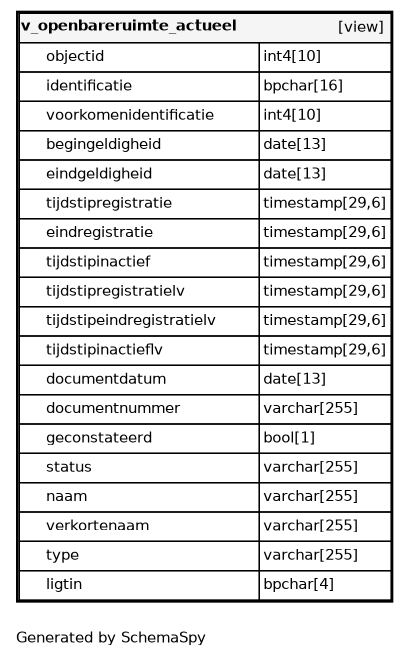
Above: datamodel/schemaspy/bag/diagrams/tables/v_openbareruimte_actueel.1degree.png in B3Partners/brmo (Graphviz), before the change. Its source is kept beside it as datamodel/schemaspy/bag/diagrams/tables/v_openbareruimte_actueel.1degree.dot.
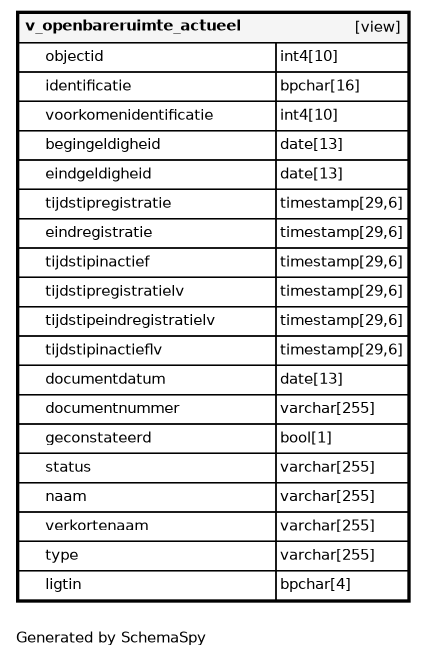
After the change.

Diff of the diagram source:
```diff
@@ -1,28 +1,28 @@
 digraph "oneDegreeRelationshipsDiagram" {
-  graph [    rankdir="RL"    bgcolor="#ffffff"    label="\nGenerated by SchemaSpy"    labeljust="l"    nodesep="0.18"    ranksep="0.46"    fontname="Helvetica"    fontsize="11"    ration="compress"  ];  node [    fontname="Helvetica"    fontsize="11"    shape="plaintext"  ];  edge [    arrowsize="0.8"  ];
+  graph [    rankdir="RL"    bgcolor="#ffffff"    label="\nGenerated by SchemaSpy"    labeljust="l"    nodesep="0.18"    ranksep="0.46"    fontname="Helvetica"    fontsize="11"    packmode="graph"  ];  node [    fontname="Helvetica"    fontsize="11"    shape="plaintext"  ];  edge [    arrowsize="0.8"  ];
   "v_openbareruimte_actueel" [
    label=<
     <TABLE BORDER="2" CELLBORDER="1" CELLSPACING="0" BGCOLOR="#ffffff">
-      <TR><TD COLSPAN="4"  BGCOLOR="#f5f5f5"><TABLE BORDER="0" CELLSPACING="0"><TR><TD ALIGN="LEFT" FIXEDSIZE="TRUE" WIDTH="159" HEIGHT="16"><B>v_openbareruimte_actueel</B></TD><TD ALIGN="RIGHT">[view]</TD></TR></TABLE></TD></TR>
-      <TR><TD PORT="objectid" COLSPAN="2" ALIGN="LEFT"><TABLE BORDER="0" CELLSPACING="0" ALIGN="LEFT"><TR ALIGN="LEFT"><TD ALIGN="LEFT" FIXEDSIZE="TRUE" WIDTH="15" HEIGHT="16"></TD><TD ALIGN="LEFT" FIXEDSIZE="TRUE" WIDTH="159" HEIGHT="16">objectid</TD></TR></TABLE></TD><TD PORT="objectid.type" ALIGN="LEFT">int4[10]</TD></TR>
-      <TR><TD PORT="identificatie" COLSPAN="2" ALIGN="LEFT"><TABLE BORDER="0" CELLSPACING="0" ALIGN="LEFT"><TR ALIGN="LEFT"><TD ALIGN="LEFT" FIXEDSIZE="TRUE" WIDTH="15" HEIGHT="16"></TD><TD ALIGN="LEFT" FIXEDSIZE="TRUE" WIDTH="159" HEIGHT="16">identificatie</TD></TR></TABLE></TD><TD PORT="identificatie.type" ALIGN="LEFT">bpchar[16]</TD></TR>
-      <TR><TD PORT="voorkomenidentificatie" COLSPAN="2" ALIGN="LEFT"><TABLE BORDER="0" CELLSPACING="0" ALIGN="LEFT"><TR ALIGN="LEFT"><TD ALIGN="LEFT" FIXEDSIZE="TRUE" WIDTH="15" HEIGHT="16"></TD><TD ALIGN="LEFT" FIXEDSIZE="TRUE" WIDTH="159" HEIGHT="16">voorkomenidentificatie</TD></TR></TABLE></TD><TD PORT="voorkomenidentificatie.type" ALIGN="LEFT">int4[10]</TD></TR>
-      <TR><TD PORT="begingeldigheid" COLSPAN="2" ALIGN="LEFT"><TABLE BORDER="0" CELLSPACING="0" ALIGN="LEFT"><TR ALIGN="LEFT"><TD ALIGN="LEFT" FIXEDSIZE="TRUE" WIDTH="15" HEIGHT="16"></TD><TD ALIGN="LEFT" FIXEDSIZE="TRUE" WIDTH="159" HEIGHT="16">begingeldigheid</TD></TR></TABLE></TD><TD PORT="begingeldigheid.type" ALIGN="LEFT">date[13]</TD></TR>
-      <TR><TD PORT="eindgeldigheid" COLSPAN="2" ALIGN="LEFT"><TABLE BORDER="0" CELLSPACING="0" ALIGN="LEFT"><TR ALIGN="LEFT"><TD ALIGN="LEFT" FIXEDSIZE="TRUE" WIDTH="15" HEIGHT="16"></TD><TD ALIGN="LEFT" FIXEDSIZE="TRUE" WIDTH="159" HEIGHT="16">eindgeldigheid</TD></TR></TABLE></TD><TD PORT="eindgeldigheid.type" ALIGN="LEFT">date[13]</TD></TR>
-      <TR><TD PORT="tijdstipregistratie" COLSPAN="2" ALIGN="LEFT"><TABLE BORDER="0" CELLSPACING="0" ALIGN="LEFT"><TR ALIGN="LEFT"><TD ALIGN="LEFT" FIXEDSIZE="TRUE" WIDTH="15" HEIGHT="16"></TD><TD ALIGN="LEFT" FIXEDSIZE="TRUE" WIDTH="159" HEIGHT="16">tijdstipregistratie</TD></TR></TABLE></TD><TD PORT="tijdstipregistratie.type" ALIGN="LEFT">timestamp[29,6]</TD></TR>
-      <TR><TD PORT="eindregistratie" COLSPAN="2" ALIGN="LEFT"><TABLE BORDER="0" CELLSPACING="0" ALIGN="LEFT"><TR ALIGN="LEFT"><TD ALIGN="LEFT" FIXEDSIZE="TRUE" WIDTH="15" HEIGHT="16"></TD><TD ALIGN="LEFT" FIXEDSIZE="TRUE" WIDTH="159" HEIGHT="16">eindregistratie</TD></TR></TABLE></TD><TD PORT="eindregistratie.type" ALIGN="LEFT">timestamp[29,6]</TD></TR>
-      <TR><TD PORT="tijdstipinactief" COLSPAN="2" ALIGN="LEFT"><TABLE BORDER="0" CELLSPACING="0" ALIGN="LEFT"><TR ALIGN="LEFT"><TD ALIGN="LEFT" FIXEDSIZE="TRUE" WIDTH="15" HEIGHT="16"></TD><TD ALIGN="LEFT" FIXEDSIZE="TRUE" WIDTH="159" HEIGHT="16">tijdstipinactief</TD></TR></TABLE></TD><TD PORT="tijdstipinactief.type" ALIGN="LEFT">timestamp[29,6]</TD></TR>
-      <TR><TD PORT="tijdstipregistratielv" COLSPAN="2" ALIGN="LEFT"><TABLE BORDER="0" CELLSPACING="0" ALIGN="LEFT"><TR ALIGN="LEFT"><TD ALIGN="LEFT" FIXEDSIZE="TRUE" WIDTH="15" HEIGHT="16"></TD><TD ALIGN="LEFT" FIXEDSIZE="TRUE" WIDTH="159" HEIGHT="16">tijdstipregistratielv</TD></TR></TABLE></TD><TD PORT="tijdstipregistratielv.type" ALIGN="LEFT">timestamp[29,6]</TD></TR>
-      <TR><TD PORT="tijdstipeindregistratielv" COLSPAN="2" ALIGN="LEFT"><TABLE BORDER="0" CELLSPACING="0" ALIGN="LEFT"><TR ALIGN="LEFT"><TD ALIGN="LEFT" FIXEDSIZE="TRUE" WIDTH="15" HEIGHT="16"></TD><TD ALIGN="LEFT" FIXEDSIZE="TRUE" WIDTH="159" HEIGHT="16">tijdstipeindregistratielv</TD></TR></TABLE></TD><TD PORT="tijdstipeindregistratielv.type" ALIGN="LEFT">timestamp[29,6]</TD></TR>
-      <TR><TD PORT="tijdstipinactieflv" COLSPAN="2" ALIGN="LEFT"><TABLE BORDER="0" CELLSPACING="0" ALIGN="LEFT"><TR ALIGN="LEFT"><TD ALIGN="LEFT" FIXEDSIZE="TRUE" WIDTH="15" HEIGHT="16"></TD><TD ALIGN="LEFT" FIXEDSIZE="TRUE" WIDTH="159" HEIGHT="16">tijdstipinactieflv</TD></TR></TABLE></TD><TD PORT="tijdstipinactieflv.type" ALIGN="LEFT">timestamp[29,6]</TD></TR>
-      <TR><TD PORT="documentdatum" COLSPAN="2" ALIGN="LEFT"><TABLE BORDER="0" CELLSPACING="0" ALIGN="LEFT"><TR ALIGN="LEFT"><TD ALIGN="LEFT" FIXEDSIZE="TRUE" WIDTH="15" HEIGHT="16"></TD><TD ALIGN="LEFT" FIXEDSIZE="TRUE" WIDTH="159" HEIGHT="16">documentdatum</TD></TR></TABLE></TD><TD PORT="documentdatum.type" ALIGN="LEFT">date[13]</TD></TR>
-      <TR><TD PORT="documentnummer" COLSPAN="2" ALIGN="LEFT"><TABLE BORDER="0" CELLSPACING="0" ALIGN="LEFT"><TR ALIGN="LEFT"><TD ALIGN="LEFT" FIXEDSIZE="TRUE" WIDTH="15" HEIGHT="16"></TD><TD ALIGN="LEFT" FIXEDSIZE="TRUE" WIDTH="159" HEIGHT="16">documentnummer</TD></TR></TABLE></TD><TD PORT="documentnummer.type" ALIGN="LEFT">varchar[255]</TD></TR>
-      <TR><TD PORT="geconstateerd" COLSPAN="2" ALIGN="LEFT"><TABLE BORDER="0" CELLSPACING="0" ALIGN="LEFT"><TR ALIGN="LEFT"><TD ALIGN="LEFT" FIXEDSIZE="TRUE" WIDTH="15" HEIGHT="16"></TD><TD ALIGN="LEFT" FIXEDSIZE="TRUE" WIDTH="159" HEIGHT="16">geconstateerd</TD></TR></TABLE></TD><TD PORT="geconstateerd.type" ALIGN="LEFT">bool[1]</TD></TR>
-      <TR><TD PORT="status" COLSPAN="2" ALIGN="LEFT"><TABLE BORDER="0" CELLSPACING="0" ALIGN="LEFT"><TR ALIGN="LEFT"><TD ALIGN="LEFT" FIXEDSIZE="TRUE" WIDTH="15" HEIGHT="16"></TD><TD ALIGN="LEFT" FIXEDSIZE="TRUE" WIDTH="159" HEIGHT="16">status</TD></TR></TABLE></TD><TD PORT="status.type" ALIGN="LEFT">varchar[255]</TD></TR>
-      <TR><TD PORT="naam" COLSPAN="2" ALIGN="LEFT"><TABLE BORDER="0" CELLSPACING="0" ALIGN="LEFT"><TR ALIGN="LEFT"><TD ALIGN="LEFT" FIXEDSIZE="TRUE" WIDTH="15" HEIGHT="16"></TD><TD ALIGN="LEFT" FIXEDSIZE="TRUE" WIDTH="159" HEIGHT="16">naam</TD></TR></TABLE></TD><TD PORT="naam.type" ALIGN="LEFT">varchar[255]</TD></TR>
-      <TR><TD PORT="verkortenaam" COLSPAN="2" ALIGN="LEFT"><TABLE BORDER="0" CELLSPACING="0" ALIGN="LEFT"><TR ALIGN="LEFT"><TD ALIGN="LEFT" FIXEDSIZE="TRUE" WIDTH="15" HEIGHT="16"></TD><TD ALIGN="LEFT" FIXEDSIZE="TRUE" WIDTH="159" HEIGHT="16">verkortenaam</TD></TR></TABLE></TD><TD PORT="verkortenaam.type" ALIGN="LEFT">varchar[255]</TD></TR>
-      <TR><TD PORT="type" COLSPAN="2" ALIGN="LEFT"><TABLE BORDER="0" CELLSPACING="0" ALIGN="LEFT"><TR ALIGN="LEFT"><TD ALIGN="LEFT" FIXEDSIZE="TRUE" WIDTH="15" HEIGHT="16"></TD><TD ALIGN="LEFT" FIXEDSIZE="TRUE" WIDTH="159" HEIGHT="16">type</TD></TR></TABLE></TD><TD PORT="type.type" ALIGN="LEFT">varchar[255]</TD></TR>
-      <TR><TD PORT="ligtin" COLSPAN="2" ALIGN="LEFT"><TABLE BORDER="0" CELLSPACING="0" ALIGN="LEFT"><TR ALIGN="LEFT"><TD ALIGN="LEFT" FIXEDSIZE="TRUE" WIDTH="15" HEIGHT="16"></TD><TD ALIGN="LEFT" FIXEDSIZE="TRUE" WIDTH="159" HEIGHT="16">ligtin</TD></TR></TABLE></TD><TD PORT="ligtin.type" ALIGN="LEFT">bpchar[4]</TD></TR>
+      <TR><TD COLSPAN="4"  BGCOLOR="#f5f5f5"><TABLE BORDER="0" CELLSPACING="0"><TR><TD ALIGN="LEFT" FIXEDSIZE="TRUE" WIDTH="172" HEIGHT="16"><B>v_openbareruimte_actueel</B></TD><TD ALIGN="RIGHT">[view]</TD></TR></TABLE></TD></TR>
+      <TR><TD PORT="objectid" COLSPAN="2" ALIGN="LEFT"><TABLE BORDER="0" CELLSPACING="0" ALIGN="LEFT"><TR ALIGN="LEFT"><TD ALIGN="LEFT" FIXEDSIZE="TRUE" WIDTH="15" HEIGHT="16"></TD><TD ALIGN="LEFT" FIXEDSIZE="TRUE" WIDTH="172" HEIGHT="16">objectid</TD></TR></TABLE></TD><TD PORT="objectid.type" ALIGN="LEFT">int4[10]</TD></TR>
+      <TR><TD PORT="identificatie" COLSPAN="2" ALIGN="LEFT"><TABLE BORDER="0" CELLSPACING="0" ALIGN="LEFT"><TR ALIGN="LEFT"><TD ALIGN="LEFT" FIXEDSIZE="TRUE" WIDTH="15" HEIGHT="16"></TD><TD ALIGN="LEFT" FIXEDSIZE="TRUE" WIDTH="172" HEIGHT="16">identificatie</TD></TR></TABLE></TD><TD PORT="identificatie.type" ALIGN="LEFT">bpchar[16]</TD></TR>
+      <TR><TD PORT="voorkomenidentificatie" COLSPAN="2" ALIGN="LEFT"><TABLE BORDER="0" CELLSPACING="0" ALIGN="LEFT"><TR ALIGN="LEFT"><TD ALIGN="LEFT" FIXEDSIZE="TRUE" WIDTH="15" HEIGHT="16"></TD><TD ALIGN="LEFT" FIXEDSIZE="TRUE" WIDTH="172" HEIGHT="16">voorkomenidentificatie</TD></TR></TABLE></TD><TD PORT="voorkomenidentificatie.type" ALIGN="LEFT">int4[10]</TD></TR>
+      <TR><TD PORT="begingeldigheid" COLSPAN="2" ALIGN="LEFT"><TABLE BORDER="0" CELLSPACING="0" ALIGN="LEFT"><TR ALIGN="LEFT"><TD ALIGN="LEFT" FIXEDSIZE="TRUE" WIDTH="15" HEIGHT="16"></TD><TD ALIGN="LEFT" FIXEDSIZE="TRUE" WIDTH="172" HEIGHT="16">begingeldigheid</TD></TR></TABLE></TD><TD PORT="begingeldigheid.type" ALIGN="LEFT">date[13]</TD></TR>
+      <TR><TD PORT="eindgeldigheid" COLSPAN="2" ALIGN="LEFT"><TABLE BORDER="0" CELLSPACING="0" ALIGN="LEFT"><TR ALIGN="LEFT"><TD ALIGN="LEFT" FIXEDSIZE="TRUE" WIDTH="15" HEIGHT="16"></TD><TD ALIGN="LEFT" FIXEDSIZE="TRUE" WIDTH="172" HEIGHT="16">eindgeldigheid</TD></TR></TABLE></TD><TD PORT="eindgeldigheid.type" ALIGN="LEFT">date[13]</TD></TR>
+      <TR><TD PORT="tijdstipregistratie" COLSPAN="2" ALIGN="LEFT"><TABLE BORDER="0" CELLSPACING="0" ALIGN="LEFT"><TR ALIGN="LEFT"><TD ALIGN="LEFT" FIXEDSIZE="TRUE" WIDTH="15" HEIGHT="16"></TD><TD ALIGN="LEFT" FIXEDSIZE="TRUE" WIDTH="172" HEIGHT="16">tijdstipregistratie</TD></TR></TABLE></TD><TD PORT="tijdstipregistratie.type" ALIGN="LEFT">timestamp[29,6]</TD></TR>
+      <TR><TD PORT="eindregistratie" COLSPAN="2" ALIGN="LEFT"><TABLE BORDER="0" CELLSPACING="0" ALIGN="LEFT"><TR ALIGN="LEFT"><TD ALIGN="LEFT" FIXEDSIZE="TRUE" WIDTH="15" HEIGHT="16"></TD><TD ALIGN="LEFT" FIXEDSIZE="TRUE" WIDTH="172" HEIGHT="16">eindregistratie</TD></TR></TABLE></TD><TD PORT="eindregistratie.type" ALIGN="LEFT">timestamp[29,6]</TD></TR>
+      <TR><TD PORT="tijdstipinactief" COLSPAN="2" ALIGN="LEFT"><TABLE BORDER="0" CELLSPACING="0" ALIGN="LEFT"><TR ALIGN="LEFT"><TD ALIGN="LEFT" FIXEDSIZE="TRUE" WIDTH="15" HEIGHT="16"></TD><TD ALIGN="LEFT" FIXEDSIZE="TRUE" WIDTH="172" HEIGHT="16">tijdstipinactief</TD></TR></TABLE></TD><TD PORT="tijdstipinactief.type" ALIGN="LEFT">timestamp[29,6]</TD></TR>
+      <TR><TD PORT="tijdstipregistratielv" COLSPAN="2" ALIGN="LEFT"><TABLE BORDER="0" CELLSPACING="0" ALIGN="LEFT"><TR ALIGN="LEFT"><TD ALIGN="LEFT" FIXEDSIZE="TRUE" WIDTH="15" HEIGHT="16"></TD><TD ALIGN="LEFT" FIXEDSIZE="TRUE" WIDTH="172" HEIGHT="16">tijdstipregistratielv</TD></TR></TABLE></TD><TD PORT="tijdstipregistratielv.type" ALIGN="LEFT">timestamp[29,6]</TD></TR>
+      <TR><TD PORT="tijdstipeindregistratielv" COLSPAN="2" ALIGN="LEFT"><TABLE BORDER="0" CELLSPACING="0" ALIGN="LEFT"><TR ALIGN="LEFT"><TD ALIGN="LEFT" FIXEDSIZE="TRUE" WIDTH="15" HEIGHT="16"></TD><TD ALIGN="LEFT" FIXEDSIZE="TRUE" WIDTH="172" HEIGHT="16">tijdstipeindregistratielv</TD></TR></TABLE></TD><TD PORT="tijdstipeindregistratielv.type" ALIGN="LEFT">timestamp[29,6]</TD></TR>
+      <TR><TD PORT="tijdstipinactieflv" COLSPAN="2" ALIGN="LEFT"><TABLE BORDER="0" CELLSPACING="0" ALIGN="LEFT"><TR ALIGN="LEFT"><TD ALIGN="LEFT" FIXEDSIZE="TRUE" WIDTH="15" HEIGHT="16"></TD><TD ALIGN="LEFT" FIXEDSIZE="TRUE" WIDTH="172" HEIGHT="16">tijdstipinactieflv</TD></TR></TABLE></TD><TD PORT="tijdstipinactieflv.type" ALIGN="LEFT">timestamp[29,6]</TD></TR>
+      <TR><TD PORT="documentdatum" COLSPAN="2" ALIGN="LEFT"><TABLE BORDER="0" CELLSPACING="0" ALIGN="LEFT"><TR ALIGN="LEFT"><TD ALIGN="LEFT" FIXEDSIZE="TRUE" WIDTH="15" HEIGHT="16"></TD><TD ALIGN="LEFT" FIXEDSIZE="TRUE" WIDTH="172" HEIGHT="16">documentdatum</TD></TR></TABLE></TD><TD PORT="documentdatum.type" ALIGN="LEFT">date[13]</TD></TR>
+      <TR><TD PORT="documentnummer" COLSPAN="2" ALIGN="LEFT"><TABLE BORDER="0" CELLSPACING="0" ALIGN="LEFT"><TR ALIGN="LEFT"><TD ALIGN="LEFT" FIXEDSIZE="TRUE" WIDTH="15" HEIGHT="16"></TD><TD ALIGN="LEFT" FIXEDSIZE="TRUE" WIDTH="172" HEIGHT="16">documentnummer</TD></TR></TABLE></TD><TD PORT="documentnummer.type" ALIGN="LEFT">varchar[255]</TD></TR>
+      <TR><TD PORT="geconstateerd" COLSPAN="2" ALIGN="LEFT"><TABLE BORDER="0" CELLSPACING="0" ALIGN="LEFT"><TR ALIGN="LEFT"><TD ALIGN="LEFT" FIXEDSIZE="TRUE" WIDTH="15" HEIGHT="16"></TD><TD ALIGN="LEFT" FIXEDSIZE="TRUE" WIDTH="172" HEIGHT="16">geconstateerd</TD></TR></TABLE></TD><TD PORT="geconstateerd.type" ALIGN="LEFT">bool[1]</TD></TR>
+      <TR><TD PORT="status" COLSPAN="2" ALIGN="LEFT"><TABLE BORDER="0" CELLSPACING="0" ALIGN="LEFT"><TR ALIGN="LEFT"><TD ALIGN="LEFT" FIXEDSIZE="TRUE" WIDTH="15" HEIGHT="16"></TD><TD ALIGN="LEFT" FIXEDSIZE="TRUE" WIDTH="172" HEIGHT="16">status</TD></TR></TABLE></TD><TD PORT="status.type" ALIGN="LEFT">varchar[255]</TD></TR>
+      <TR><TD PORT="naam" COLSPAN="2" ALIGN="LEFT"><TABLE BORDER="0" CELLSPACING="0" ALIGN="LEFT"><TR ALIGN="LEFT"><TD ALIGN="LEFT" FIXEDSIZE="TRUE" WIDTH="15" HEIGHT="16"></TD><TD ALIGN="LEFT" FIXEDSIZE="TRUE" WIDTH="172" HEIGHT="16">naam</TD></TR></TABLE></TD><TD PORT="naam.type" ALIGN="LEFT">varchar[255]</TD></TR>
+      <TR><TD PORT="verkortenaam" COLSPAN="2" ALIGN="LEFT"><TABLE BORDER="0" CELLSPACING="0" ALIGN="LEFT"><TR ALIGN="LEFT"><TD ALIGN="LEFT" FIXEDSIZE="TRUE" WIDTH="15" HEIGHT="16"></TD><TD ALIGN="LEFT" FIXEDSIZE="TRUE" WIDTH="172" HEIGHT="16">verkortenaam</TD></TR></TABLE></TD><TD PORT="verkortenaam.type" ALIGN="LEFT">varchar[255]</TD></TR>
+      <TR><TD PORT="type" COLSPAN="2" ALIGN="LEFT"><TABLE BORDER="0" CELLSPACING="0" ALIGN="LEFT"><TR ALIGN="LEFT"><TD ALIGN="LEFT" FIXEDSIZE="TRUE" WIDTH="15" HEIGHT="16"></TD><TD ALIGN="LEFT" FIXEDSIZE="TRUE" WIDTH="172" HEIGHT="16">type</TD></TR></TABLE></TD><TD PORT="type.type" ALIGN="LEFT">varchar[255]</TD></TR>
+      <TR><TD PORT="ligtin" COLSPAN="2" ALIGN="LEFT"><TABLE BORDER="0" CELLSPACING="0" ALIGN="LEFT"><TR ALIGN="LEFT"><TD ALIGN="LEFT" FIXEDSIZE="TRUE" WIDTH="15" HEIGHT="16"></TD><TD ALIGN="LEFT" FIXEDSIZE="TRUE" WIDTH="172" HEIGHT="16">ligtin</TD></TR></TABLE></TD><TD PORT="ligtin.type" ALIGN="LEFT">bpchar[4]</TD></TR>
     </TABLE>>
     URL="v_openbareruimte_actueel.html"
     target="_top"
```
